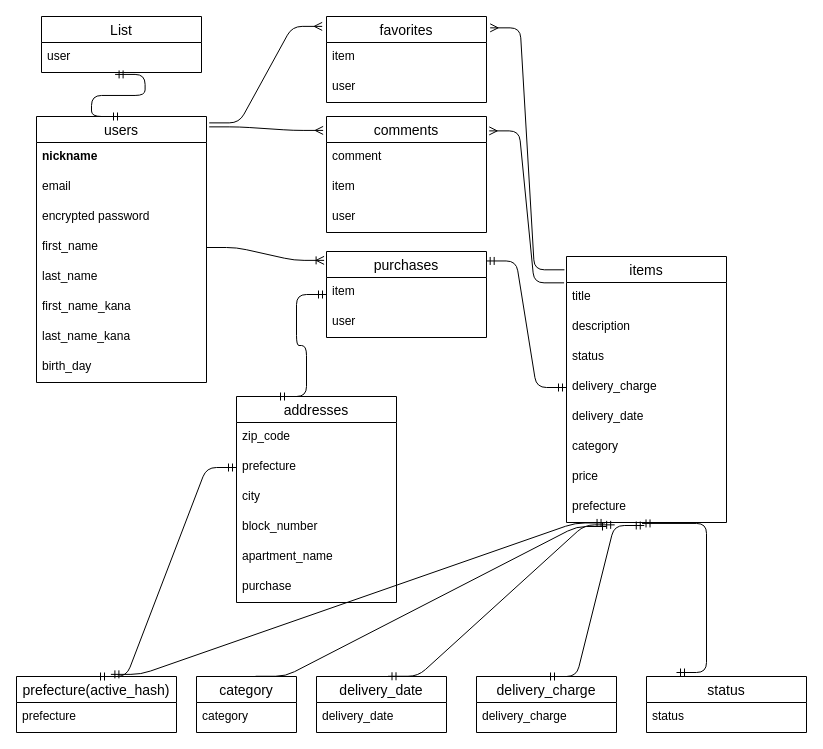
yuyuyu0819/furima-38730 keeps this draw.io diagram as er.dio. Above is the earlier version. Source tidied: cells renumbered, new cells numbered last; positions are measured from the earlier drawing's top-left corner, leaving out a move shared by most shapes. Both pictures are drawn from the tidied source at 100%, with x=0, y=0 at pixel (16, 16).
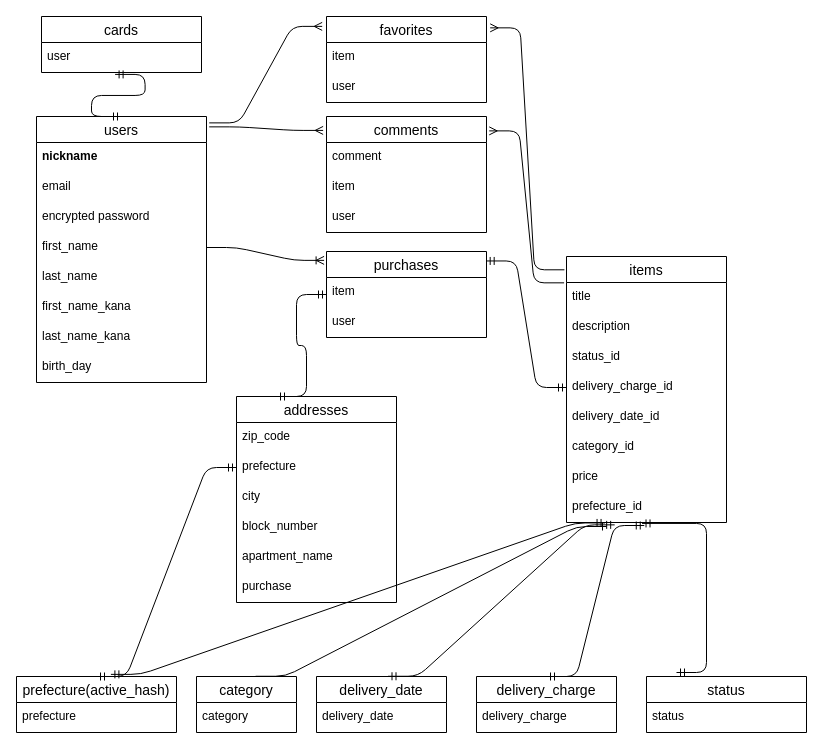
After the change.

Commit message (it also covers changes not shown here):
テーブルの修正３

外部キー用に修正

Unchanged cells that the change refers to:
```xml
<mxCell id="11" value="items" style="swimlane;fontStyle=0;horizontal=1;startSize=26;align=center;fontSize=14;" parent="1" vertex="1">
  <mxGeometry x="550" y="240" width="160" height="266" as="geometry" />
</mxCell>
```

What changed in the source:
```diff
@@
-    <mxCell id="14" value="status" style="text;strokeColor=none;fillColor=none;spacingLeft=4;spacingRight=4;overflow=hidden;fontSize=12;" parent="11" vertex="1">
+    <mxCell id="14" value="status_id" style="text;strokeColor=none;fillColor=none;spacingLeft=4;spacingRight=4;overflow=hidden;fontSize=12;" parent="11" vertex="1">
       <mxGeometry y="86" width="160" height="30" as="geometry" />
     </mxCell>
-    <mxCell id="15" value="delivery_charge" style="text;strokeColor=none;fillColor=none;spacingLeft=4;spacingRight=4;overflow=hidden;points=[[0,0.5],[1,0.5]];portConstraint=eastwest;fontSize=12;" parent="11" vertex="1">
+    <mxCell id="15" value="delivery_charge_id" style="text;strokeColor=none;fillColor=none;spacingLeft=4;spacingRight=4;overflow=hidden;points=[[0,0.5],[1,0.5]];portConstraint=eastwest;fontSize=12;" parent="11" vertex="1">
       <mxGeometry y="116" width="160" height="30" as="geometry" />
     </mxCell>
-    <mxCell id="16" value="delivery_date" style="text;strokeColor=none;fillColor=none;spacingLeft=4;spacingRight=4;overflow=hidden;fontSize=12;" parent="11" vertex="1">
+    <mxCell id="16" value="delivery_date_id" style="text;strokeColor=none;fillColor=none;spacingLeft=4;spacingRight=4;overflow=hidden;fontSize=12;" parent="11" vertex="1">
       <mxGeometry y="146" width="160" height="30" as="geometry" />
     </mxCell>
-    <mxCell id="17" value="category" style="text;strokeColor=none;fillColor=none;spacingLeft=4;spacingRight=4;overflow=hidden;fontSize=12;" parent="11" vertex="1">
+    <mxCell id="17" value="category_id" style="text;strokeColor=none;fillColor=none;spacingLeft=4;spacingRight=4;overflow=hidden;fontSize=12;" parent="11" vertex="1">
       <mxGeometry y="176" width="160" height="30" as="geometry" />
     </mxCell>
@@
-    <mxCell id="19" value="prefecture" style="text;strokeColor=none;fillColor=none;spacingLeft=4;spacingRight=4;overflow=hidden;points=[[0,0.5],[1,0.5]];portConstraint=eastwest;fontSize=12;" parent="11" vertex="1">
+    <mxCell id="19" value="prefecture_id" style="text;strokeColor=none;fillColor=none;spacingLeft=4;spacingRight=4;overflow=hidden;points=[[0,0.5],[1,0.5]];portConstraint=eastwest;fontSize=12;" parent="11" vertex="1">
       <mxGeometry y="236" width="160" height="30" as="geometry" />
     </mxCell>
@@
-    <mxCell id="23" value="List" style="swimlane;fontStyle=0;horizontal=1;startSize=26;align=center;fontSize=14;" parent="1" vertex="1">
+    <mxCell id="23" value="cards" style="swimlane;fontStyle=0;horizontal=1;startSize=26;align=center;fontSize=14;" parent="1" vertex="1">
       <mxGeometry x="25" width="160" height="56" as="geometry" />
     </mxCell>
```
